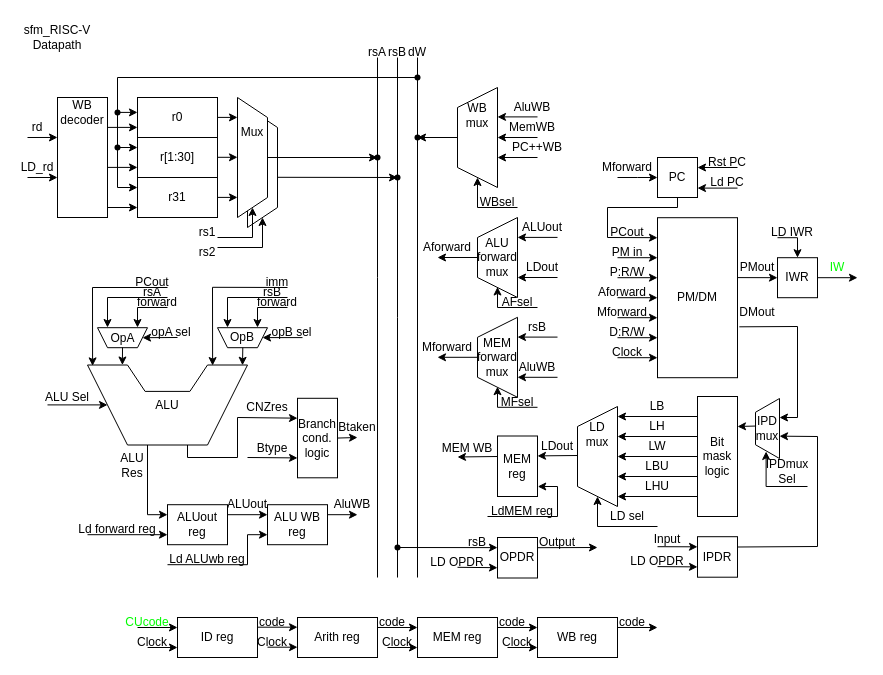
Above: page "RISC-V_DataPath" (1 of 3) of Design_Docs/RISC-V_Schematics.drawio in sfm3112/sfm_RISC-V (draw.io), before the change. Source tidied: cells renumbered, new cells numbered last; positions are measured from the earlier drawing's top-left corner, leaving out a move shared by most shapes. Both pictures are drawn from the tidied source at 100%, with x=0, y=0 at pixel (17, 17).
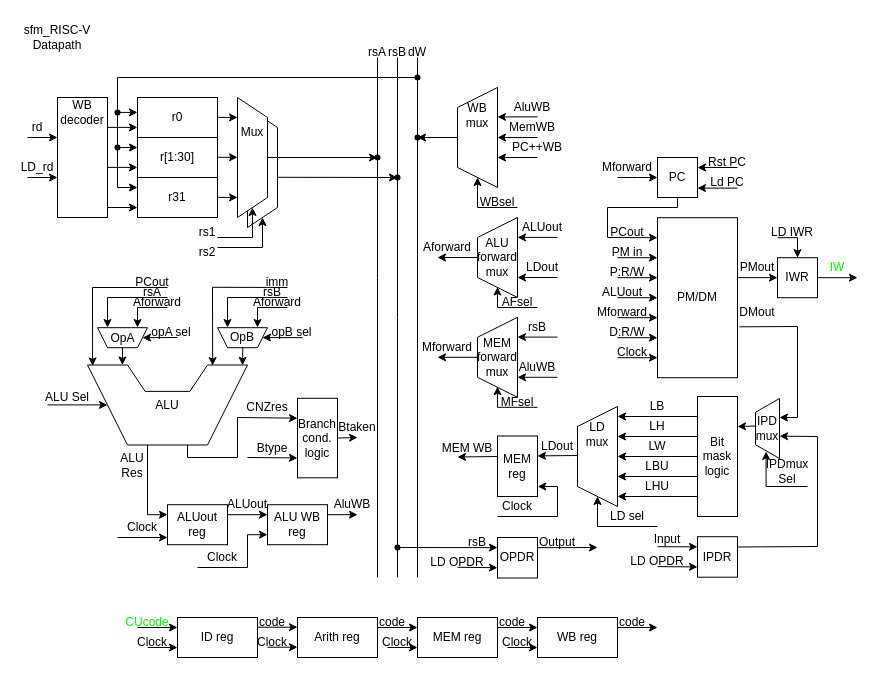
After the change.

The change refers to these unchanged cells:
```xml
<mxCell id="132" value="ALUout reg" style="rounded=0;whiteSpace=wrap;html=1;fillColor=none;" parent="1" vertex="1">
  <mxGeometry x="150" y="487.2" width="60" height="40" as="geometry" />
</mxCell>
<mxCell id="137" value="ALU WB reg" style="rounded=0;whiteSpace=wrap;html=1;fillColor=none;" parent="1" vertex="1">
  <mxGeometry x="250" y="487.2" width="60" height="40" as="geometry" />
</mxCell>
<mxCell id="146" value="MEM reg" style="rounded=0;whiteSpace=wrap;html=1;fillColor=none;" parent="1" vertex="1">
  <mxGeometry x="480" y="418.5" width="40" height="60.5" as="geometry" />
</mxCell>
```

Diff of the diagram source:
```diff
@@
-    <mxCell id="62" value="Clock" style="text;html=1;whiteSpace=wrap;strokeColor=none;fillColor=none;align=center;verticalAlign=middle;rounded=0;labelBackgroundColor=none;" parent="1" vertex="1">
-      <mxGeometry x="580" y="330.2" width="60" height="10" as="geometry" />
-    </mxCell>
@@
-    <mxCell id="124" value="forward" style="text;html=1;whiteSpace=wrap;strokeColor=none;fillColor=none;align=center;verticalAlign=middle;rounded=0;" parent="1" vertex="1">
+    <mxCell id="124" value="Aforward" style="text;html=1;whiteSpace=wrap;strokeColor=none;fillColor=none;align=center;verticalAlign=middle;rounded=0;" parent="1" vertex="1">
       <mxGeometry x="120" y="279.5" width="40" height="10" as="geometry" />
     </mxCell>
@@
-    <mxCell id="133" style="endArrow=classic;html=1;rounded=0;entryX=0;entryY=0.75;entryDx=0;entryDy=0;" parent="1" edge="1" target="132">
+    <mxCell id="133" style="endArrow=classic;html=1;rounded=0;" parent="1" edge="1">
       <mxGeometry relative="1" as="geometry">
-        <mxPoint x="70" y="517.2" as="sourcePoint" />
+        <mxPoint x="100" y="520" as="sourcePoint" />
+        <mxPoint x="150" y="520" as="targetPoint" />
       </mxGeometry>
     </mxCell>
-    <mxCell id="134" value="Ld forward reg" style="text;html=1;whiteSpace=wrap;strokeColor=none;fillColor=none;align=center;verticalAlign=middle;rounded=0;fontColor=light-dark(#000000,#FF0000);" parent="1" vertex="1">
-      <mxGeometry x="60" y="507.2" width="80" height="10" as="geometry" />
-    </mxCell>
@@
-    <mxCell id="138" style="endArrow=classic;html=1;rounded=0;entryX=0;entryY=0.75;entryDx=0;entryDy=0;exitX=0;exitY=1;exitDx=0;exitDy=0;" parent="1" edge="1" source="141" target="137">
+    <mxCell id="138" style="endArrow=classic;html=1;rounded=0;entryX=0;entryY=0.75;entryDx=0;entryDy=0;" parent="1" edge="1" target="137">
       <mxGeometry relative="1" as="geometry">
+        <mxPoint x="180" y="550" as="sourcePoint" />
         <Array as="points">
-          <mxPoint x="230" y="547.2" />
+          <mxPoint x="230" y="550" />
           <mxPoint x="230" y="517.2" />
         </Array>
       </mxGeometry>
     </mxCell>
@@
-    <mxCell id="141" value="Ld ALUwb reg" style="text;html=1;whiteSpace=wrap;strokeColor=none;fillColor=none;align=center;verticalAlign=middle;rounded=0;fontColor=light-dark(#000000,#FF0000);" parent="1" vertex="1">
-      <mxGeometry x="150" y="537.2" width="80" height="10" as="geometry" />
-    </mxCell>
@@
-    <mxCell id="147" style="endArrow=classic;html=1;rounded=0;entryX=1.006;entryY=0.835;entryDx=0;entryDy=0;entryPerimeter=0;exitX=0;exitY=1;exitDx=0;exitDy=0;" parent="1" edge="1" source="148" target="146">
+    <mxCell id="147" style="endArrow=classic;html=1;rounded=0;entryX=1.006;entryY=0.835;entryDx=0;entryDy=0;entryPerimeter=0;" parent="1" edge="1" target="146">
       <mxGeometry relative="1" as="geometry">
+        <mxPoint x="480" y="499" as="sourcePoint" />
         <Array as="points">
           <mxPoint x="540" y="499" />
           <mxPoint x="540" y="469" />
         </Array>
       </mxGeometry>
     </mxCell>
-    <mxCell id="148" value="&lt;span style=&quot;color: light-dark(rgb(0, 0, 0), rgb(255, 0, 0));&quot;&gt;LdMEM reg&lt;/span&gt;" style="text;html=1;whiteSpace=wrap;strokeColor=none;fillColor=none;align=center;verticalAlign=middle;rounded=0;" parent="1" vertex="1">
-      <mxGeometry x="470" y="489" width="70" height="10" as="geometry" />
-    </mxCell>
-    <mxCell id="149" value="Aforward" style="text;html=1;whiteSpace=wrap;strokeColor=none;fillColor=none;align=center;verticalAlign=middle;rounded=0;" parent="1" vertex="1">
+    <mxCell id="149" value="ALUout" style="text;html=1;whiteSpace=wrap;strokeColor=none;fillColor=none;align=center;verticalAlign=middle;rounded=0;" parent="1" vertex="1">
       <mxGeometry x="580" y="270.2" width="50" height="10" as="geometry" />
     </mxCell>
@@
-    <mxCell id="230" value="forward" style="text;html=1;whiteSpace=wrap;strokeColor=none;fillColor=none;align=center;verticalAlign=middle;rounded=0;" parent="1" vertex="1">
+    <mxCell id="230" value="Aforward" style="text;html=1;whiteSpace=wrap;strokeColor=none;fillColor=none;align=center;verticalAlign=middle;rounded=0;" parent="1" vertex="1">
       <mxGeometry x="240" y="279.5" width="40" height="10" as="geometry" />
     </mxCell>
@@
+    <mxCell id="232" value="&lt;span style=&quot;color: light-dark(rgb(0, 0, 0), rgb(0, 127, 255));&quot;&gt;Clock&lt;/span&gt;" style="text;html=1;whiteSpace=wrap;strokeColor=none;fillColor=none;align=center;verticalAlign=middle;rounded=0;labelBackgroundColor=none;" parent="1" vertex="1">
+      <mxGeometry x="110" y="500" width="30" height="20" as="geometry" />
+    </mxCell>
+    <mxCell id="233" value="&lt;span style=&quot;color: light-dark(rgb(0, 0, 0), rgb(0, 127, 255));&quot;&gt;Clock&lt;/span&gt;" style="text;html=1;whiteSpace=wrap;strokeColor=none;fillColor=none;align=center;verticalAlign=middle;rounded=0;labelBackgroundColor=none;" parent="1" vertex="1">
+      <mxGeometry x="190" y="530" width="30" height="20" as="geometry" />
+    </mxCell>
+    <mxCell id="234" value="&lt;span style=&quot;color: light-dark(rgb(0, 0, 0), rgb(0, 127, 255));&quot;&gt;Clock&lt;/span&gt;" style="text;html=1;whiteSpace=wrap;strokeColor=none;fillColor=none;align=center;verticalAlign=middle;rounded=0;labelBackgroundColor=none;" parent="1" vertex="1">
+      <mxGeometry x="480" y="479" width="40" height="20" as="geometry" />
+    </mxCell>
+    <mxCell id="235" value="&lt;span style=&quot;color: light-dark(rgb(0, 0, 0), rgb(0, 127, 255));&quot;&gt;Clock&lt;/span&gt;" style="text;html=1;whiteSpace=wrap;strokeColor=none;fillColor=none;align=center;verticalAlign=middle;rounded=0;labelBackgroundColor=none;" parent="1" vertex="1">
+      <mxGeometry x="600" y="330" width="30" height="10.2" as="geometry" />
+    </mxCell>
```
